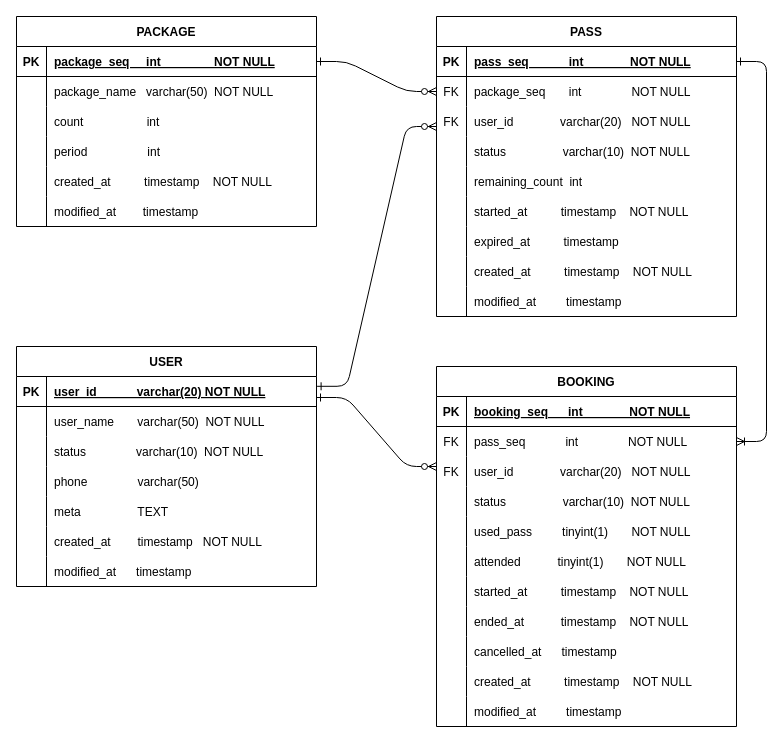
y2gon2/pass-batch keeps this draw.io diagram as document/제목 없는 다이어그램.drawio. Above is the earlier version. Source tidied: cells renumbered, new cells numbered last; positions are measured from the earlier drawing's top-left corner, leaving out a move shared by most shapes. Both pictures are drawn from the tidied source at 100%, with x=0, y=0 at pixel (16, -109).
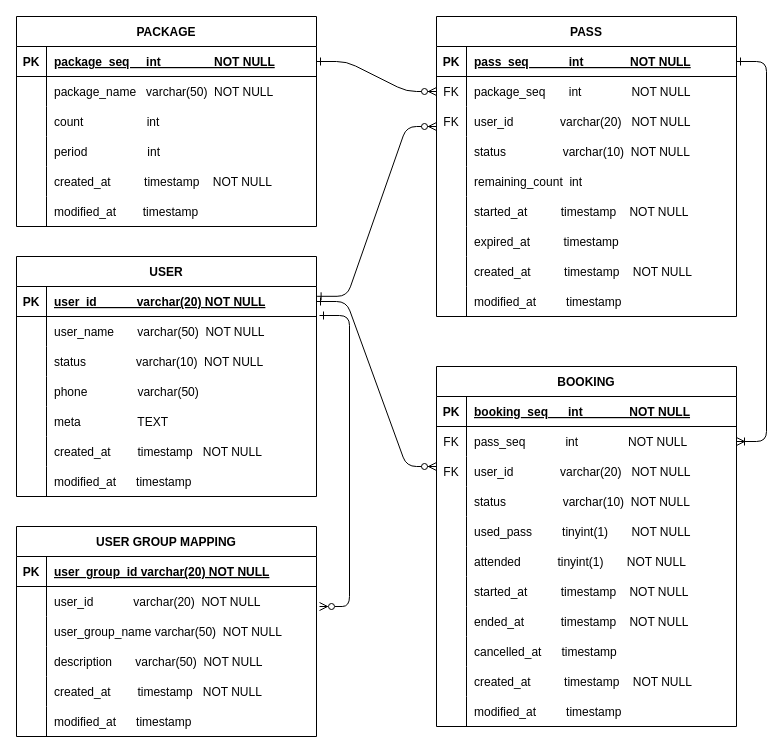
After the change.

Commit message:
#5 - user group mapping table 추가

The change refers to these unchanged cells:
```xml
<mxCell id="23" style="shape=partialRectangle;fillColor=none;points=[[0,0.5],[1,0.5]];portConstraint=eastwest;top=0;left=0;right=0;bottom=1;" parent="22" vertex="1">
  <mxGeometry y="30" width="300" height="30" as="geometry" />
</mxCell>
```

Diff of the diagram source:
```diff
@@
     <mxCell id="22" value="USER" style="shape=table;startSize=30;childLayout=tableLayout;rowLines=0;fontStyle=1;align=center;" parent="1" vertex="1">
-      <mxGeometry y="455" width="300" height="240" as="geometry" />
+      <mxGeometry y="365" width="300" height="240" as="geometry" />
     </mxCell>
@@
-    <mxCell id="110" style="edgeStyle=entityRelationEdgeStyle;endArrow=ERzeroToMany;startArrow=ERone;endFill=1;startFill=0;" parent="1" edge="1">
+    <mxCell id="110" style="edgeStyle=entityRelationEdgeStyle;endArrow=ERzeroToMany;startArrow=ERone;endFill=1;startFill=0;exitX=1;exitY=0.5;exitDx=0;exitDy=0;" parent="1" edge="1" source="23">
       <mxGeometry relative="1" as="geometry">
-        <mxPoint x="300" y="506" as="sourcePoint" />
         <mxPoint x="420" y="575" as="targetPoint" />
         <Array as="points">
           <mxPoint x="600" />
           <mxPoint x="560" />
         </Array>
       </mxGeometry>
     </mxCell>
+    <mxCell id="111" value="USER GROUP MAPPING" style="shape=table;startSize=30;childLayout=tableLayout;rowLines=0;fontStyle=1;align=center;" parent="1" vertex="1">
+      <mxGeometry y="635" width="300" height="210" as="geometry" />
+    </mxCell>
+    <mxCell id="112" style="shape=partialRectangle;fillColor=none;top=0;left=0;right=0;bottom=1;" parent="111" vertex="1">
+      <mxGeometry y="30" width="300" height="30" as="geometry" />
+    </mxCell>
+    <mxCell id="113" value="PK" style="shape=partialRectangle;overflow=hidden;fillColor=none;top=0;left=0;bottom=0;right=0;fontStyle=1;" parent="112" vertex="1">
+      <mxGeometry width="30" height="30" as="geometry" />
+    </mxCell>
+    <mxCell id="114" value="user_group_id varchar(20) NOT NULL " style="shape=partialRectangle;overflow=hidden;fillColor=none;top=0;left=0;bottom=0;right=0;align=left;spacingLeft=6;fontStyle=5;" parent="112" vertex="1">
+      <mxGeometry x="30" width="270" height="30" as="geometry" />
+    </mxCell>
+    <mxCell id="115" style="shape=partialRectangle;fillColor=none;top=0;left=0;right=0;bottom=0;" parent="111" vertex="1">
+      <mxGeometry y="60" width="300" height="30" as="geometry" />
+    </mxCell>
+    <mxCell id="116" style="shape=partialRectangle;overflow=hidden;fillColor=none;top=0;left=0;bottom=0;right=0;" parent="115" vertex="1">
+      <mxGeometry width="30" height="30" as="geometry" />
+    </mxCell>
+    <mxCell id="117" value="user_id            varchar(20)  NOT NULL" style="shape=partialRectangle;overflow=hidden;fillColor=none;top=0;left=0;bottom=0;right=0;align=left;spacingLeft=6;" parent="115" vertex="1">
+      <mxGeometry x="30" width="270" height="30" as="geometry" />
+    </mxCell>
+    <mxCell id="118" style="shape=partialRectangle;fillColor=none;top=0;left=0;right=0;bottom=0;" parent="111" vertex="1">
+      <mxGeometry y="90" width="300" height="30" as="geometry" />
+    </mxCell>
+    <mxCell id="119" style="shape=partialRectangle;overflow=hidden;fillColor=none;top=0;left=0;bottom=0;right=0;" parent="118" vertex="1">
+      <mxGeometry width="30" height="30" as="geometry" />
+    </mxCell>
+    <mxCell id="120" value="user_group_name varchar(50)  NOT NULL" style="shape=partialRectangle;overflow=hidden;fillColor=none;top=0;left=0;bottom=0;right=0;align=left;spacingLeft=6;" parent="118" vertex="1">
+      <mxGeometry x="30" width="270" height="30" as="geometry" />
+    </mxCell>
+    <mxCell id="121" style="shape=partialRectangle;fillColor=none;top=0;left=0;right=0;bottom=0;" parent="111" vertex="1">
+      <mxGeometry y="120" width="300" height="30" as="geometry" />
+    </mxCell>
+    <mxCell id="122" style="shape=partialRectangle;overflow=hidden;fillColor=none;top=0;left=0;bottom=0;right=0;" parent="121" vertex="1">
+      <mxGeometry width="30" height="30" as="geometry" />
+    </mxCell>
+    <mxCell id="123" value="description       varchar(50)  NOT NULL" style="shape=partialRectangle;overflow=hidden;fillColor=none;top=0;left=0;bottom=0;right=0;align=left;spacingLeft=6;" parent="121" vertex="1">
+      <mxGeometry x="30" width="270" height="30" as="geometry" />
+    </mxCell>
+    <mxCell id="124" style="shape=partialRectangle;fillColor=none;top=0;left=0;right=0;bottom=0;" parent="111" vertex="1">
+      <mxGeometry y="150" width="300" height="30" as="geometry" />
+    </mxCell>
+    <mxCell id="125" style="shape=partialRectangle;overflow=hidden;fillColor=none;top=0;left=0;bottom=0;right=0;" parent="124" vertex="1">
+      <mxGeometry width="30" height="30" as="geometry" />
+    </mxCell>
+    <mxCell id="126" value="created_at        timestamp   NOT NULL" style="shape=partialRectangle;overflow=hidden;fillColor=none;top=0;left=0;bottom=0;right=0;align=left;spacingLeft=6;" parent="124" vertex="1">
+      <mxGeometry x="30" width="270" height="30" as="geometry" />
+    </mxCell>
+    <mxCell id="127" style="shape=partialRectangle;fillColor=none;top=0;left=0;right=0;bottom=0;" parent="111" vertex="1">
+      <mxGeometry y="180" width="300" height="30" as="geometry" />
+    </mxCell>
+    <mxCell id="128" style="shape=partialRectangle;overflow=hidden;fillColor=none;top=0;left=0;bottom=0;right=0;" parent="127" vertex="1">
+      <mxGeometry width="30" height="30" as="geometry" />
+    </mxCell>
+    <mxCell id="129" value="modified_at      timestamp" style="shape=partialRectangle;overflow=hidden;fillColor=none;top=0;left=0;bottom=0;right=0;align=left;spacingLeft=6;" parent="127" vertex="1">
+      <mxGeometry x="30" width="270" height="30" as="geometry" />
+    </mxCell>
+    <mxCell id="130" style="edgeStyle=entityRelationEdgeStyle;endArrow=ERone;startArrow=ERzeroToMany;endFill=0;startFill=0;entryX=1.01;entryY=0.967;entryDx=0;entryDy=0;entryPerimeter=0;" parent="1" edge="1" target="23">
+      <mxGeometry relative="1" as="geometry">
+        <mxPoint x="303" y="715" as="sourcePoint" />
+        <Array as="points">
+          <mxPoint x="-20" y="695" />
+          <mxPoint x="360" y="585" />
+          <mxPoint x="320" y="805" />
+          <mxPoint x="340" y="585" />
+          <mxPoint x="-10" y="645" />
+          <mxPoint x="-50" y="555" />
+          <mxPoint x="330" y="515" />
+          <mxPoint x="-40" y="665" />
+          <mxPoint x="-60" y="645" />
+          <mxPoint x="-90" y="445" />
+          <mxPoint x="-80" y="585" />
+          <mxPoint x="10" y="505" />
+          <mxPoint x="-70" y="585" />
+          <mxPoint x="-30" y="735" />
+          <mxPoint x="-70" y="735" />
+          <mxPoint x="-60" y="505" />
+          <mxPoint x="-30" y="575" />
+          <mxPoint x="-90" y="665" />
+          <mxPoint x="-70" y="605" />
+          <mxPoint x="-60" y="525" />
+          <mxPoint x="70" y="445" />
+          <mxPoint x="-60" y="455" />
+          <mxPoint x="240" y="75" />
+          <mxPoint x="-70" y="585" />
+          <mxPoint x="-50" y="585" />
+          <mxPoint x="-50" y="535" />
+          <mxPoint x="-30" y="435" />
+          <mxPoint x="-110" y="605" />
+          <mxPoint x="-60" y="595" />
+          <mxPoint x="-30" y="740" />
+          <mxPoint x="200" y="75" />
+        </Array>
+      </mxGeometry>
+    </mxCell>
```
